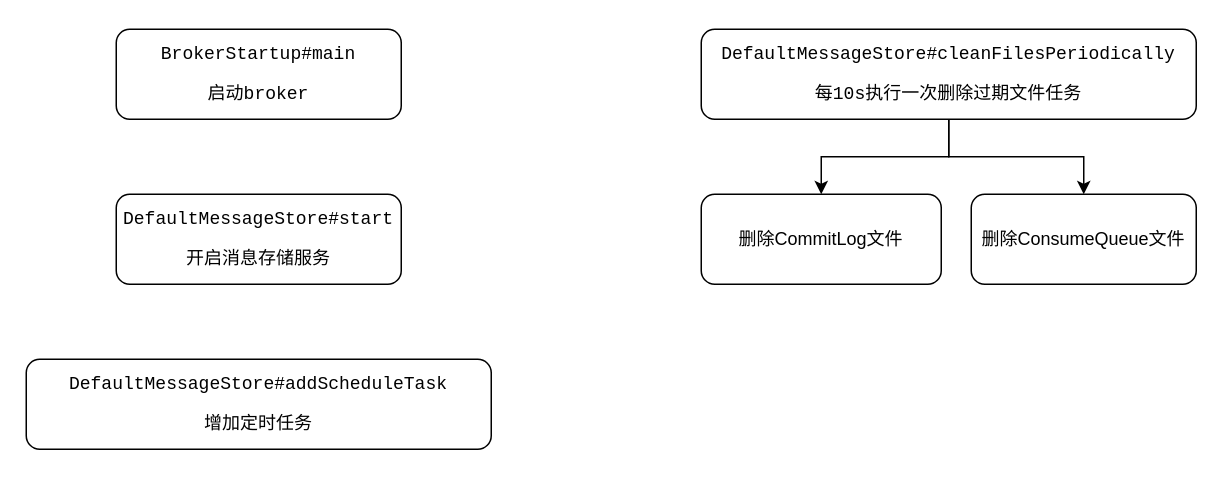
The draw.io diagram rocketmq/rocketmq删除文件.drawio in erlieStar/diagrams, before the edit. Source tidied: cells renumbered, new cells numbered last; positions are measured from the earlier drawing's top-left corner, leaving out a move shared by most shapes. Both pictures are drawn from the tidied source at 150%, with x=0, y=0 at pixel (26, 28).
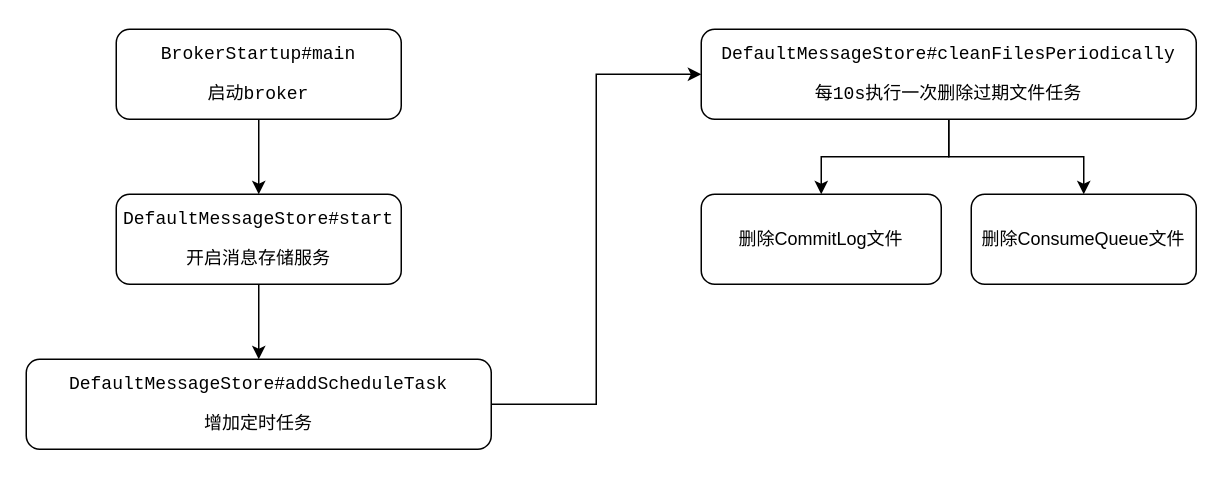
After the change.

Diff of the diagram source:
```diff
@@
 <mxGraphModel>
   <root>
     <mxCell id="0" />
     <mxCell id="1" parent="0" />
+    <mxCell id="10" style="edgeStyle=orthogonalEdgeStyle;rounded=0;jettySize=auto;html=1;exitX=0.5;exitY=1;exitDx=0;exitDy=0;entryX=0.5;entryY=0;entryDx=0;entryDy=0;" parent="1" edge="1" source="2" target="3">
+      <mxGeometry relative="1" as="geometry" />
+    </mxCell>
     <mxCell id="2" value="&lt;pre&gt;BrokerStartup#main&lt;/pre&gt;&lt;pre&gt;启动broker&lt;/pre&gt;" style="rounded=1;whiteSpace=wrap;html=1;" parent="1" vertex="1">
       <mxGeometry x="60" width="190" height="60" as="geometry" />
     </mxCell>
+    <mxCell id="11" style="edgeStyle=orthogonalEdgeStyle;rounded=0;jettySize=auto;html=1;exitX=0.5;exitY=1;exitDx=0;exitDy=0;entryX=0.5;entryY=0;entryDx=0;entryDy=0;" parent="1" edge="1" source="3" target="4">
+      <mxGeometry relative="1" as="geometry" />
+    </mxCell>
     <mxCell id="3" value="&lt;pre&gt;DefaultMessageStore#start&lt;/pre&gt;&lt;pre&gt;开启消息存储服务&lt;/pre&gt;" style="rounded=1;whiteSpace=wrap;html=1;" parent="1" vertex="1">
       <mxGeometry x="60" y="110" width="190" height="60" as="geometry" />
     </mxCell>
+    <mxCell id="12" style="edgeStyle=orthogonalEdgeStyle;rounded=0;jettySize=auto;html=1;exitX=1;exitY=0.5;exitDx=0;exitDy=0;entryX=0;entryY=0.5;entryDx=0;entryDy=0;" parent="1" edge="1" source="4" target="7">
+      <mxGeometry relative="1" as="geometry" />
+    </mxCell>
     <mxCell id="4" value="&lt;pre&gt;DefaultMessageStore#addScheduleTask&lt;br&gt;&lt;/pre&gt;&lt;pre&gt;增加定时任务&lt;/pre&gt;" style="rounded=1;whiteSpace=wrap;html=1;" parent="1" vertex="1">
       <mxGeometry y="220" width="310" height="60" as="geometry" />
     </mxCell>
     <mxCell id="5" style="edgeStyle=orthogonalEdgeStyle;rounded=0;jettySize=auto;html=1;exitX=0.5;exitY=1;exitDx=0;exitDy=0;entryX=0.5;entryY=0;entryDx=0;entryDy=0;" parent="1" edge="1" source="7" target="8">
       <mxGeometry relative="1" as="geometry" />
     </mxCell>
     <mxCell id="6" style="edgeStyle=orthogonalEdgeStyle;rounded=0;jettySize=auto;html=1;exitX=0.5;exitY=1;exitDx=0;exitDy=0;entryX=0.5;entryY=0;entryDx=0;entryDy=0;" parent="1" edge="1" source="7" target="9">
       <mxGeometry relative="1" as="geometry" />
     </mxCell>
     <mxCell id="7" value="&lt;pre&gt;DefaultMessageStore#cleanFilesPeriodically&lt;br&gt;&lt;/pre&gt;&lt;pre&gt;每10s执行一次删除过期文件任务&lt;/pre&gt;" style="rounded=1;whiteSpace=wrap;html=1;" parent="1" vertex="1">
       <mxGeometry x="450" width="330" height="60" as="geometry" />
     </mxCell>
     <mxCell id="8" value="删除CommitLog文件" style="rounded=1;whiteSpace=wrap;html=1;" parent="1" vertex="1">
       <mxGeometry x="450" y="110" width="160" height="60" as="geometry" />
     </mxCell>
     <mxCell id="9" value="删除ConsumeQueue文件" style="rounded=1;whiteSpace=wrap;html=1;" parent="1" vertex="1">
       <mxGeometry x="630" y="110" width="150" height="60" as="geometry" />
     </mxCell>
   </root>
 </mxGraphModel>
```
